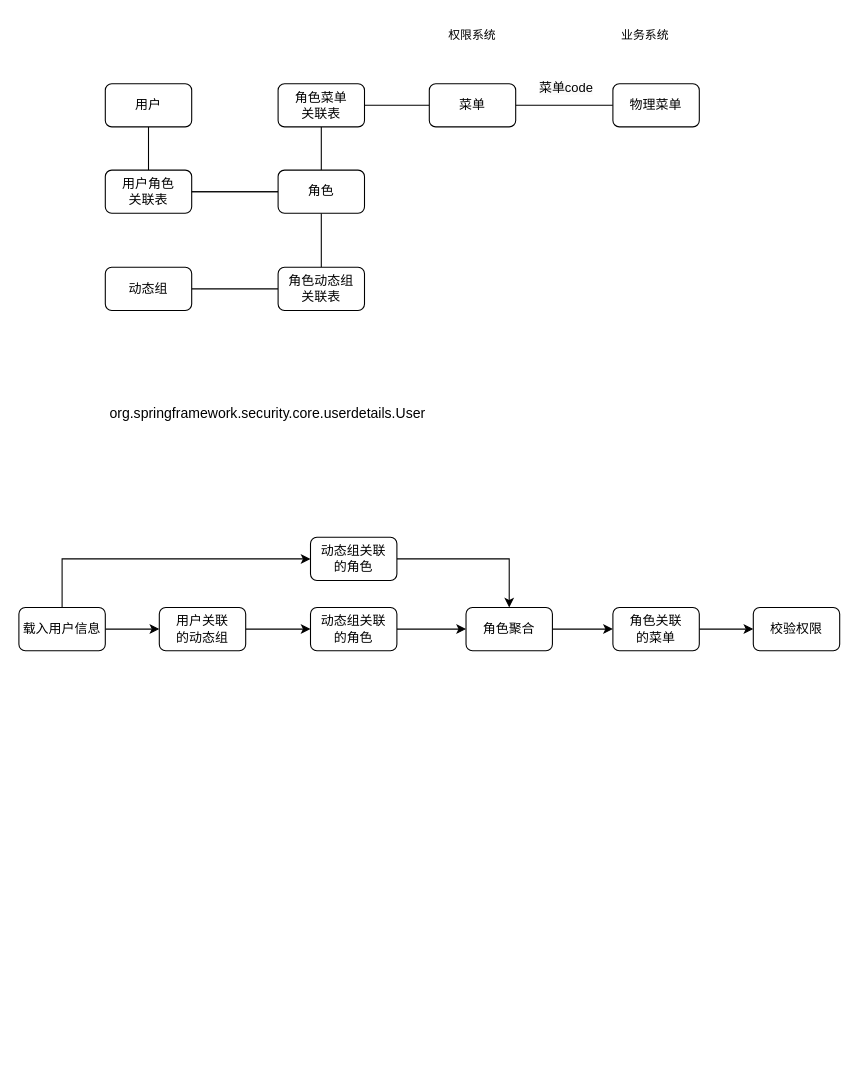
The draw.io diagram 权限模型-spirng authz.drawio in yamilinqh/spicedb, before the edit. Source tidied: cells renumbered, new cells numbered last; positions are measured from the earlier drawing's top-left corner, leaving out a move shared by most shapes. Both pictures are drawn from the tidied source at 108%, with x=0, y=0 at pixel (18, 18).
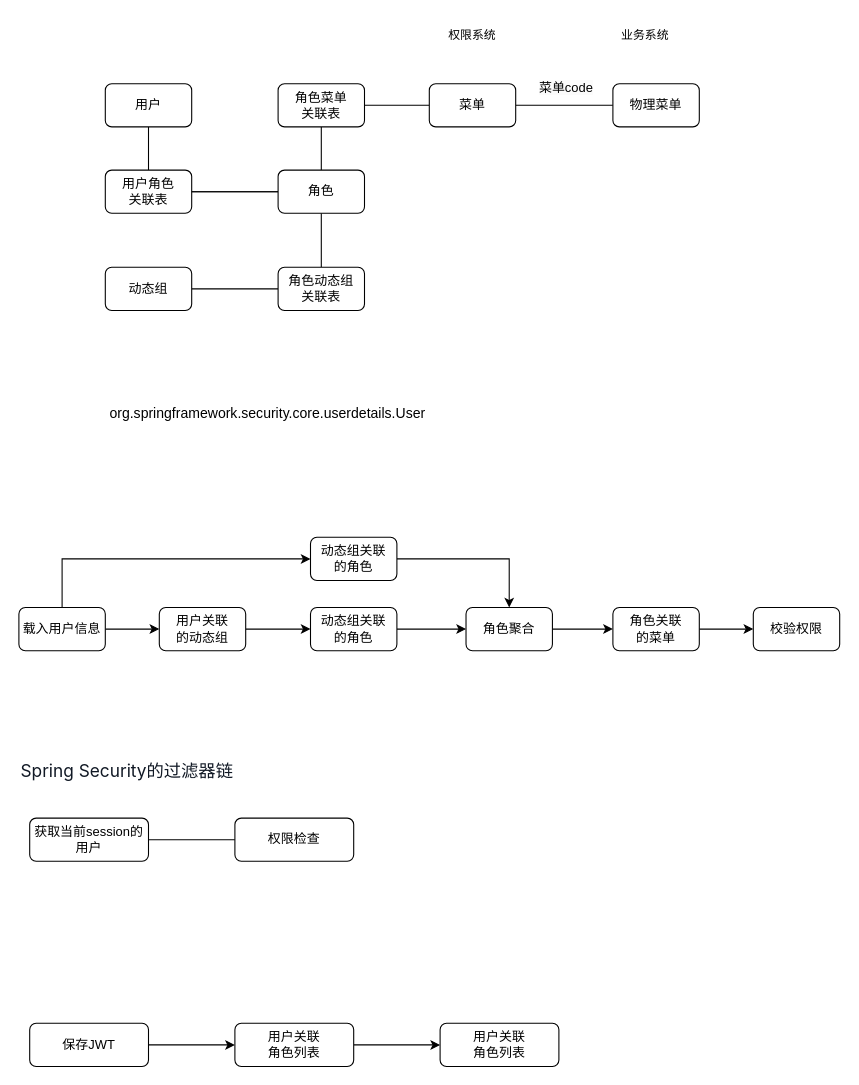
The same page after the edit.

The edit, as a diff of the source:
```diff
@@
+    <mxCell id="36" value="&lt;span style=&quot;color: rgb(17, 25, 37); font-family: -apple-system, &amp;quot;system-ui&amp;quot;, &amp;quot;Segoe UI&amp;quot;, &amp;quot;Noto Sans&amp;quot;, Helvetica, Arial, sans-serif, &amp;quot;Apple Color Emoji&amp;quot;, &amp;quot;Segoe UI Emoji&amp;quot;; font-size: 16px; font-style: normal; font-variant-ligatures: normal; font-variant-caps: normal; font-weight: 400; letter-spacing: normal; orphans: 2; text-align: start; text-indent: 0px; text-transform: none; widows: 2; word-spacing: 0px; -webkit-text-stroke-width: 0px; white-space: normal; background-color: rgb(255, 255, 255); text-decoration-thickness: initial; text-decoration-style: initial; text-decoration-color: initial; display: inline !important; float: none;&quot;&gt;Spring Security的过滤器链&lt;/span&gt;" style="text;whiteSpace=wrap;html=1;fontFamily=Helvetica;fontSize=11;fontColor=default;labelBackgroundColor=default;" parent="1" vertex="1">
+      <mxGeometry y="680" width="220" height="40" as="geometry" />
+    </mxCell>
+    <mxCell id="37" style="edgeStyle=orthogonalEdgeStyle;shape=connector;rounded=0;jettySize=auto;html=1;strokeColor=default;align=center;verticalAlign=middle;fontFamily=Helvetica;fontSize=11;fontColor=default;labelBackgroundColor=default;endArrow=none;endFill=0;" parent="1" edge="1" source="38" target="39">
+      <mxGeometry relative="1" as="geometry" />
+    </mxCell>
+    <mxCell id="38" value="获取当前session的用户" style="rounded=1;whiteSpace=wrap;html=1;" parent="1" vertex="1">
+      <mxGeometry x="10" y="740" width="110" height="40" as="geometry" />
+    </mxCell>
+    <mxCell id="39" value="权限检查" style="rounded=1;whiteSpace=wrap;html=1;" parent="1" vertex="1">
+      <mxGeometry x="200" y="740" width="110" height="40" as="geometry" />
+    </mxCell>
+    <mxCell id="40" style="edgeStyle=orthogonalEdgeStyle;shape=connector;rounded=0;jettySize=auto;html=1;strokeColor=default;align=center;verticalAlign=middle;fontFamily=Helvetica;fontSize=11;fontColor=default;labelBackgroundColor=default;endArrow=classic;endFill=1;" parent="1" edge="1" source="41" target="43">
+      <mxGeometry relative="1" as="geometry" />
+    </mxCell>
+    <mxCell id="41" value="保存JWT" style="rounded=1;whiteSpace=wrap;html=1;" parent="1" vertex="1">
+      <mxGeometry x="10" y="930" width="110" height="40" as="geometry" />
+    </mxCell>
+    <mxCell id="42" style="edgeStyle=orthogonalEdgeStyle;shape=connector;rounded=0;jettySize=auto;html=1;strokeColor=default;align=center;verticalAlign=middle;fontFamily=Helvetica;fontSize=11;fontColor=default;labelBackgroundColor=default;endArrow=classic;endFill=1;" parent="1" edge="1" source="43" target="44">
+      <mxGeometry relative="1" as="geometry" />
+    </mxCell>
+    <mxCell id="43" value="用户关联&lt;br&gt;角色列表" style="rounded=1;whiteSpace=wrap;html=1;" parent="1" vertex="1">
+      <mxGeometry x="200" y="930" width="110" height="40" as="geometry" />
+    </mxCell>
+    <mxCell id="44" value="用户关联&lt;br&gt;角色列表" style="rounded=1;whiteSpace=wrap;html=1;" parent="1" vertex="1">
+      <mxGeometry x="390" y="930" width="110" height="40" as="geometry" />
+    </mxCell>
```
